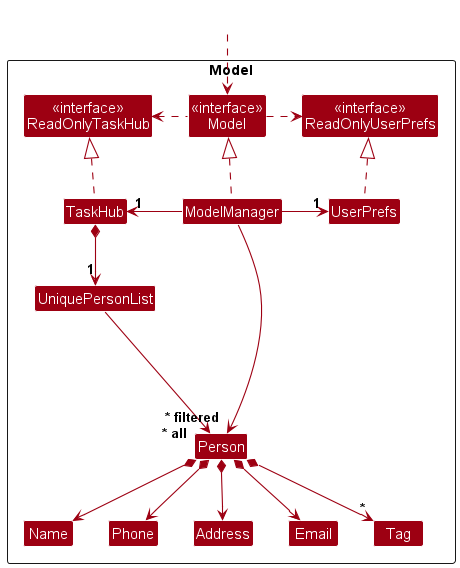
Above: docs/images/ModelClassDiagram.png in rayyan35p/tp (PlantUML), before the change.
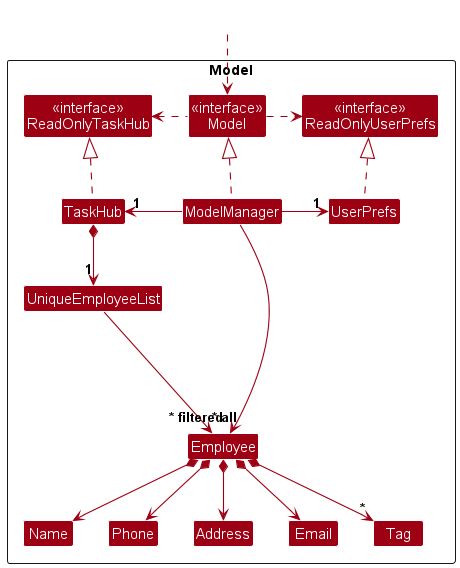
After the commit.

Diff of the diagram source:
```diff
@@ -12,8 +12,8 @@
 Class ModelManager
 Class UserPrefs
 
-Class UniquePersonList
-Class Person
+Class UniqueEmployeeList
+Class Employee
 Class Address
 Class Email
 Class Name
@@ -35,20 +35,20 @@
 ModelManager -right-> "1" UserPrefs
 UserPrefs .up.|> ReadOnlyUserPrefs
 
-TaskHub *--> "1" UniquePersonList
-UniquePersonList --> "~* all" Person
-Person *--> Name
-Person *--> Phone
-Person *--> Email
-Person *--> Address
-Person *--> "*" Tag
+TaskHub *--> "1" UniqueEmployeeList
+UniqueEmployeeList --> "~* all" Employee
+Employee *--> Name
+Employee *--> Phone
+Employee *--> Email
+Employee *--> Address
+Employee *--> "*" Tag
 
-Person -[hidden]up--> I
-UniquePersonList -[hidden]right-> I
+Employee -[hidden]up--> I
+UniqueEmployeeList -[hidden]right-> I
 
 Name -[hidden]right-> Phone
 Phone -[hidden]right-> Address
 Address -[hidden]right-> Email
 
-ModelManager --> "~* filtered" Person
+ModelManager --> "~* filtered" Employee
 @enduml
```
